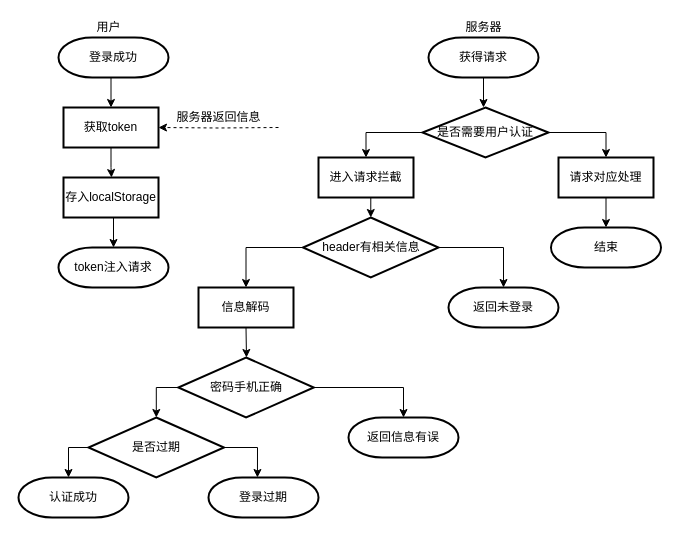
This is JWT.drawio from kongkong99/2048, a draw.io file, before an edit. Source tidied: cells renumbered, new cells numbered last; positions are measured from the earlier drawing's top-left corner, leaving out a move shared by most shapes. Both pictures are drawn from the tidied source at 100%, with x=0, y=0 at pixel (18, 17).
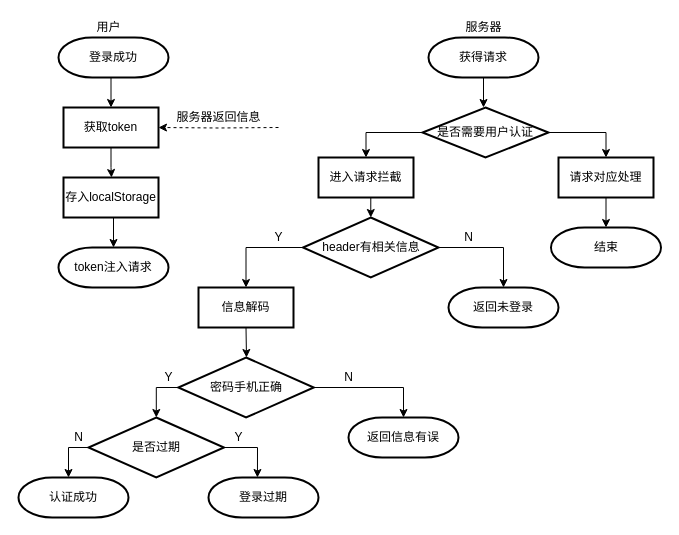
The same page after the edit.

Diff of the diagram source:
```diff
@@
+    <mxCell id="38" value="Y" style="text;html=1;align=center;verticalAlign=middle;strokeColor=none;" parent="1" vertex="1">
+      <mxGeometry x="250" y="210" width="20" height="20" as="geometry" />
+    </mxCell>
+    <mxCell id="39" value="N" style="text;html=1;align=center;verticalAlign=middle;strokeColor=none;" parent="1" vertex="1">
+      <mxGeometry x="440" y="210" width="20" height="20" as="geometry" />
+    </mxCell>
+    <mxCell id="40" value="Y" style="text;html=1;align=center;verticalAlign=middle;strokeColor=none;" parent="1" vertex="1">
+      <mxGeometry x="140" y="350" width="20" height="20" as="geometry" />
+    </mxCell>
+    <mxCell id="41" value="N" style="text;html=1;align=center;verticalAlign=middle;strokeColor=none;" parent="1" vertex="1">
+      <mxGeometry x="320" y="350" width="20" height="20" as="geometry" />
+    </mxCell>
+    <mxCell id="42" value="N" style="text;html=1;align=center;verticalAlign=middle;strokeColor=none;" parent="1" vertex="1">
+      <mxGeometry x="50" y="410" width="20" height="20" as="geometry" />
+    </mxCell>
+    <mxCell id="43" value="Y" style="text;html=1;align=center;verticalAlign=middle;strokeColor=none;" parent="1" vertex="1">
+      <mxGeometry x="210" y="410" width="20" height="20" as="geometry" />
+    </mxCell>
```
